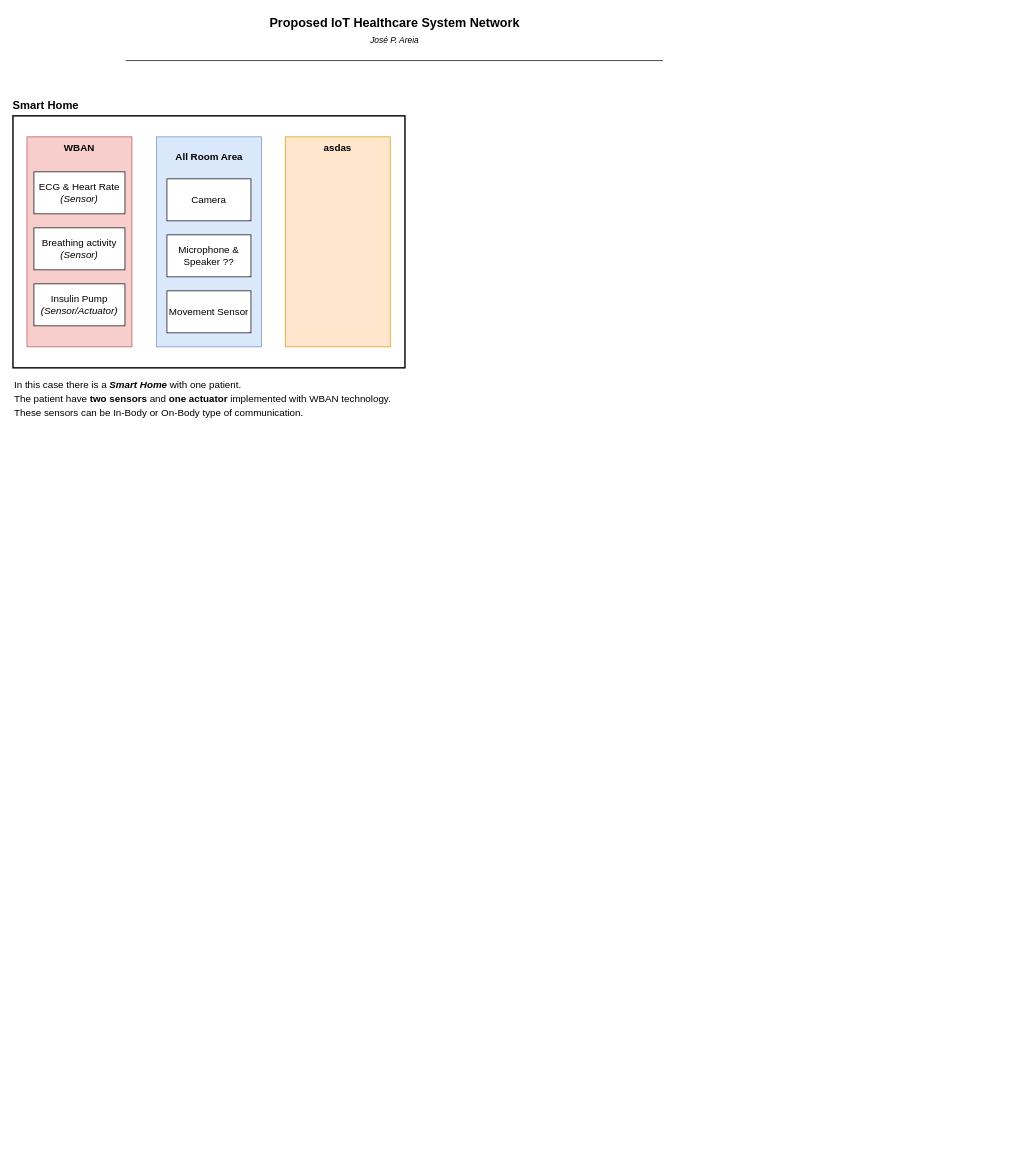
Before: diagrams/iaiotsecurity-s2x.drawio in joseareia/iaiotsecurity-s2x, a draw.io diagram. Source tidied: cells renumbered, new cells numbered last; positions are measured from the earlier drawing's top-left corner, leaving out a move shared by most shapes. Both pictures are drawn from the tidied source at 70%, with x=0, y=0 at pixel (13, 12).
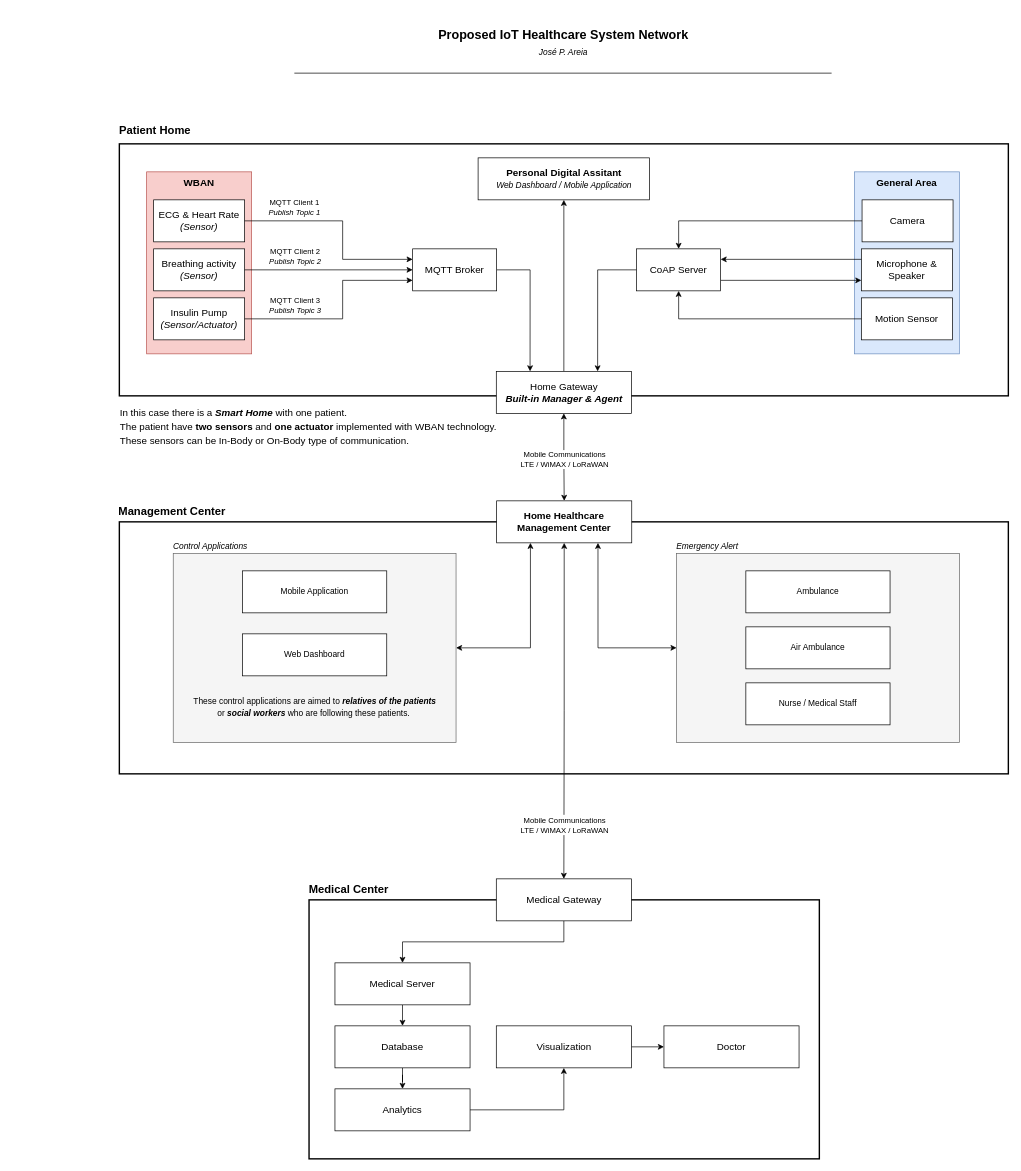
The same diagram, later.

Change to the diagram source:
```diff
@@
-    <mxCell id="2" style="rounded=0;whiteSpace=wrap;html=1;fontSize=14;fillColor=none;strokeWidth=2;" parent="1" vertex="1">
-      <mxGeometry y="148" width="560" height="360" as="geometry" />
-    </mxCell>
     <mxCell id="3" value="&lt;div style=&quot;font-size: 14px;&quot;&gt;&lt;br&gt;&lt;/div&gt;" style="text;html=1;align=left;verticalAlign=middle;strokeColor=none;fillColor=none;fontSize=14;" parent="1" vertex="1">
-      <mxGeometry y="498" width="20" height="30" as="geometry" />
+      <mxGeometry x="30" y="523" width="20" height="30" as="geometry" />
     </mxCell>
-    <mxCell id="4" value="&lt;b&gt;&lt;font style=&quot;font-size: 16px;&quot;&gt;Smart Home&lt;/font&gt;&lt;/b&gt;" style="text;html=1;align=left;verticalAlign=middle;strokeColor=none;fillColor=none;fontSize=14;spacing=0;" parent="1" vertex="1">
-      <mxGeometry y="118" width="110" height="30" as="geometry" />
-    </mxCell>
     <mxCell id="5" value="&lt;p style=&quot;line-height: 0.4;&quot;&gt;In this case there is a &lt;i&gt;&lt;b&gt;Smart Home&lt;/b&gt;&lt;/i&gt; with one patient.&lt;br&gt;&lt;/p&gt;&lt;p style=&quot;line-height: 0.4;&quot;&gt;The patient have &lt;b&gt;two sensors&lt;/b&gt; and &lt;b&gt;one actuator&lt;/b&gt; implemented with WBAN technology.&lt;/p&gt;&lt;div style=&quot;font-size: 14px; line-height: 0.4;&quot;&gt;These sensors can be In-Body or On-Body type of communication.&lt;br&gt;&lt;/div&gt;&lt;p&gt;&lt;/p&gt;" style="text;html=1;align=left;verticalAlign=middle;strokeColor=none;fillColor=none;fontSize=14;" parent="1" vertex="1">
-      <mxGeometry y="508" width="560" height="90" as="geometry" />
+      <mxGeometry x="151" y="548" width="560" height="90" as="geometry" />
     </mxCell>
-    <mxCell id="6" style="group;spacingTop=2;" parent="1" vertex="1">
-      <mxGeometry x="20" y="178" width="150" height="300" as="geometry" />
-    </mxCell>
-    <mxCell id="7" value="WBAN" style="rounded=0;whiteSpace=wrap;html=1;fontSize=14;fillColor=#f8cecc;strokeColor=#b85450;verticalAlign=top;fontStyle=1;" parent="6" vertex="1">
-      <mxGeometry width="150" height="300" as="geometry" />
-    </mxCell>
-    <mxCell id="8" style="group;" parent="6" vertex="1">
-      <mxGeometry x="10" y="50" width="130" height="220" as="geometry" />
-    </mxCell>
-    <mxCell id="9" value="&lt;div&gt;ECG &amp;amp; Heart Rate&lt;/div&gt;&lt;i&gt;(Sensor)&lt;/i&gt;" style="rounded=0;whiteSpace=wrap;html=1;fontSize=14;align=center;" parent="8" vertex="1">
-      <mxGeometry width="130" height="60" as="geometry" />
-    </mxCell>
-    <mxCell id="10" value="&lt;div&gt;Breathing activity&lt;/div&gt;&lt;div&gt;&lt;i&gt;(Sensor)&lt;/i&gt;&lt;br&gt;&lt;/div&gt;" style="rounded=0;whiteSpace=wrap;html=1;fontSize=14;align=center;" parent="8" vertex="1">
-      <mxGeometry y="80" width="130" height="60" as="geometry" />
-    </mxCell>
-    <mxCell id="11" value="&lt;div&gt;Insulin Pump&lt;/div&gt;&lt;div&gt;&lt;i&gt;(Sensor/Actuator)&lt;/i&gt;&lt;br&gt;&lt;/div&gt;" style="rounded=0;whiteSpace=wrap;html=1;fontSize=14;align=center;" parent="8" vertex="1">
-      <mxGeometry y="160" width="130" height="60" as="geometry" />
-    </mxCell>
-    <mxCell id="12" value="asdas" style="rounded=0;whiteSpace=wrap;fontSize=14;fillColor=#ffe6cc;strokeColor=#d79b00;html=1;spacingTop=0;horizontal=1;verticalAlign=top;fontStyle=1;" parent="1" vertex="1">
-      <mxGeometry x="389" y="178" width="150" height="300" as="geometry" />
-    </mxCell>
-    <mxCell id="13" style="group;" parent="1" vertex="1">
-      <mxGeometry x="161" width="767.5" height="69" as="geometry" />
+    <mxCell id="13" style="group;flipH=1;flipV=0;" parent="1" vertex="1">
+      <mxGeometry x="402" y="18" width="770" height="70" as="geometry" />
     </mxCell>
     <mxCell id="14" style="group;" parent="13" vertex="1">
-      <mxGeometry x="199" width="370" height="50" as="geometry" />
+      <mxGeometry x="198.8" width="370" height="50" as="geometry" />
     </mxCell>
@@
     <mxCell id="17" style="endArrow=none;html=1;rounded=0;fontSize=12;" parent="13" edge="1">
       <mxGeometry relative="1" as="geometry">
-        <mxPoint x="767.5" y="69" as="sourcePoint" />
-        <mxPoint y="69" as="targetPoint" />
+        <mxPoint y="69" as="sourcePoint" />
+        <mxPoint x="767.5" y="69" as="targetPoint" />
       </mxGeometry>
     </mxCell>
-    <mxCell id="18" style="group;" parent="1" vertex="1">
-      <mxGeometry x="205" y="178" width="150" height="300" as="geometry" />
-    </mxCell>
-    <mxCell id="19" style="rounded=0;whiteSpace=wrap;html=1;fontSize=14;fillColor=#dae8fc;strokeColor=#6c8ebf;" parent="18" vertex="1">
-      <mxGeometry width="150" height="300" as="geometry" />
-    </mxCell>
-    <mxCell id="20" value="All Room Area" style="text;html=1;align=center;verticalAlign=middle;strokeColor=none;fillColor=none;fontSize=14;fontStyle=1;" parent="18" vertex="1">
-      <mxGeometry x="15" y="14" width="120" height="30" as="geometry" />
-    </mxCell>
+    <mxCell id="2" style="rounded=0;whiteSpace=wrap;html=1;fontSize=14;fillColor=none;strokeWidth=2;" parent="1" vertex="1">
+      <mxGeometry x="152" y="188" width="1270" height="360" as="geometry" />
+    </mxCell>
+    <mxCell id="4" value="&lt;b&gt;&lt;font style=&quot;font-size: 16px&quot;&gt;Patient Home&lt;/font&gt;&lt;/b&gt;" style="text;html=1;align=left;verticalAlign=middle;strokeColor=none;fillColor=none;fontSize=14;spacing=0;" parent="1" vertex="1">
+      <mxGeometry x="152" y="158" width="120" height="20" as="geometry" />
+    </mxCell>
+    <mxCell id="24" style="group;" parent="1" vertex="1">
+      <mxGeometry x="1202" y="228" width="150" height="260" as="geometry" />
+    </mxCell>
+    <mxCell id="25" value="General Area" style="rounded=0;whiteSpace=wrap;html=1;fontSize=14;fillColor=#dae8fc;strokeColor=#6c8ebf;verticalAlign=top;fontStyle=1;" parent="24" vertex="1">
+      <mxGeometry width="150" height="260" as="geometry" />
+    </mxCell>
-    <mxCell id="21" value="Camera" style="rounded=0;whiteSpace=wrap;html=1;fontSize=14;strokeWidth=1;" parent="18" vertex="1">
-      <mxGeometry x="15" y="60" width="120" height="60" as="geometry" />
+    <mxCell id="21" value="&lt;div&gt;Camera&lt;/div&gt;" style="rounded=0;whiteSpace=wrap;html=1;fontSize=14;align=center;" parent="24" vertex="1">
+      <mxGeometry x="11" y="40" width="130" height="60" as="geometry" />
     </mxCell>
-    <mxCell id="22" value="Microphone &amp;amp; Speaker ??" style="rounded=0;whiteSpace=wrap;html=1;fontSize=14;strokeWidth=1;" parent="18" vertex="1">
-      <mxGeometry x="15" y="140" width="120" height="60" as="geometry" />
-    </mxCell>
-    <mxCell id="23" value="Movement Sensor" style="rounded=0;whiteSpace=wrap;html=1;fontSize=14;strokeWidth=1;" parent="18" vertex="1">
-      <mxGeometry x="15" y="220" width="120" height="60" as="geometry" />
-    </mxCell>
+    <mxCell id="26" value="&lt;div&gt;Microphone &amp;amp; Speaker&lt;/div&gt;" style="rounded=0;whiteSpace=wrap;html=1;fontSize=14;align=center;" parent="24" vertex="1">
+      <mxGeometry x="10" y="110" width="130" height="60" as="geometry" />
+    </mxCell>
+    <mxCell id="27" value="Motion Sensor" style="rounded=0;whiteSpace=wrap;html=1;fontSize=14;align=center;" parent="24" vertex="1">
+      <mxGeometry x="10" y="180" width="130" height="60" as="geometry" />
+    </mxCell>
+    <mxCell id="28" style="group;" parent="1" vertex="1">
+      <mxGeometry x="191" y="228" width="150" height="260" as="geometry" />
+    </mxCell>
+    <mxCell id="7" value="WBAN" style="rounded=0;whiteSpace=wrap;html=1;fontSize=14;fillColor=#f8cecc;strokeColor=#b85450;verticalAlign=top;fontStyle=1;" parent="28" vertex="1">
+      <mxGeometry width="150" height="260" as="geometry" />
+    </mxCell>
+    <mxCell id="9" value="&lt;div&gt;ECG &amp;amp; Heart Rate&lt;/div&gt;&lt;i&gt;(Sensor)&lt;/i&gt;" style="rounded=0;whiteSpace=wrap;html=1;fontSize=14;align=center;" parent="28" vertex="1">
+      <mxGeometry x="10" y="40" width="130" height="60" as="geometry" />
+    </mxCell>
+    <mxCell id="10" value="&lt;div&gt;Breathing activity&lt;/div&gt;&lt;div&gt;&lt;i&gt;(Sensor)&lt;/i&gt;&lt;br&gt;&lt;/div&gt;" style="rounded=0;whiteSpace=wrap;html=1;fontSize=14;align=center;" parent="28" vertex="1">
+      <mxGeometry x="10" y="110" width="130" height="60" as="geometry" />
+    </mxCell>
+    <mxCell id="11" value="&lt;div&gt;Insulin Pump&lt;/div&gt;&lt;div&gt;&lt;i&gt;(Sensor/Actuator)&lt;/i&gt;&lt;br&gt;&lt;/div&gt;" style="rounded=0;whiteSpace=wrap;html=1;fontSize=14;align=center;" parent="28" vertex="1">
+      <mxGeometry x="10" y="180" width="130" height="60" as="geometry" />
+    </mxCell>
+    <mxCell id="29" style="edgeStyle=orthogonalEdgeStyle;rounded=0;jettySize=auto;html=1;exitX=1;exitY=0.5;exitDx=0;exitDy=0;entryX=0.25;entryY=0;entryDx=0;entryDy=0;fontSize=12;startArrow=none;startFill=0;" parent="1" edge="1" source="30" target="40">
+      <mxGeometry relative="1" as="geometry" />
+    </mxCell>
+    <mxCell id="30" value="MQTT Broker" style="whiteSpace=wrap;html=1;fontSize=14;" parent="1" vertex="1">
+      <mxGeometry x="571" y="338" width="120" height="60" as="geometry" />
+    </mxCell>
+    <mxCell id="31" style="edgeStyle=orthogonalEdgeStyle;rounded=0;jettySize=auto;html=1;exitX=1;exitY=0.5;exitDx=0;exitDy=0;entryX=0;entryY=0.25;entryDx=0;entryDy=0;fontSize=14;" parent="1" edge="1" source="9" target="30">
+      <mxGeometry relative="1" as="geometry">
+        <Array as="points">
+          <mxPoint x="471" y="298" />
+          <mxPoint x="471" y="353" />
+        </Array>
+      </mxGeometry>
+    </mxCell>
+    <mxCell id="32" value="MQTT Client 1&lt;br&gt;&lt;i&gt;Publish Topic 1&lt;/i&gt;" style="edgeLabel;html=1;align=center;verticalAlign=middle;" parent="31" vertex="1">
+      <mxGeometry x="-0.45" y="-3" relative="1" as="geometry">
+        <mxPoint x="-11" y="-23" as="offset" />
+      </mxGeometry>
+    </mxCell>
+    <mxCell id="33" style="edgeStyle=orthogonalEdgeStyle;rounded=0;jettySize=auto;html=1;exitX=1;exitY=0.5;exitDx=0;exitDy=0;entryX=0;entryY=0.5;entryDx=0;entryDy=0;fontSize=14;" parent="1" edge="1" source="10" target="30">
+      <mxGeometry relative="1" as="geometry" />
+    </mxCell>
+    <mxCell id="34" value="MQTT Client 2&lt;br&gt;&lt;i&gt;Publish Topic 2&lt;/i&gt;" style="edgeLabel;html=1;align=center;verticalAlign=middle;" parent="33" vertex="1">
+      <mxGeometry x="-0.59" y="-1" relative="1" as="geometry">
+        <mxPoint x="22" y="-21" as="offset" />
+      </mxGeometry>
+    </mxCell>
+    <mxCell id="35" style="edgeStyle=orthogonalEdgeStyle;rounded=0;jettySize=auto;html=1;exitX=1;exitY=0.5;exitDx=0;exitDy=0;entryX=0;entryY=0.75;entryDx=0;entryDy=0;fontSize=14;" parent="1" edge="1" source="11" target="30">
+      <mxGeometry relative="1" as="geometry">
+        <Array as="points">
+          <mxPoint x="471" y="438" />
+          <mxPoint x="471" y="383" />
+        </Array>
+      </mxGeometry>
+    </mxCell>
+    <mxCell id="36" value="MQTT Client 3&lt;br&gt;&lt;i&gt;Publish Topic 3&lt;/i&gt;" style="edgeLabel;html=1;align=center;verticalAlign=middle;" parent="35" vertex="1">
+      <mxGeometry x="-0.65" y="-1" relative="1" as="geometry">
+        <mxPoint x="19" y="-21" as="offset" />
+      </mxGeometry>
+    </mxCell>
+    <mxCell id="37" style="edgeStyle=orthogonalEdgeStyle;rounded=0;jettySize=auto;html=1;exitX=0.5;exitY=1;exitDx=0;exitDy=0;entryX=0.5;entryY=0;entryDx=0;entryDy=0;startArrow=classic;startFill=1;" parent="1" edge="1" source="40" target="55">
+      <mxGeometry relative="1" as="geometry" />
+    </mxCell>
+    <mxCell id="38" value="Mobile Communications&lt;br&gt;LTE / WiMAX / LoRaWAN" style="edgeLabel;html=1;align=center;verticalAlign=middle;" parent="37" vertex="1">
+      <mxGeometry x="-0.15" y="1" relative="1" as="geometry">
+        <mxPoint x="-1" y="12" as="offset" />
+      </mxGeometry>
+    </mxCell>
+    <mxCell id="39" style="edgeStyle=orthogonalEdgeStyle;rounded=0;jettySize=auto;html=1;exitX=0.5;exitY=0;exitDx=0;exitDy=0;entryX=0.5;entryY=1;entryDx=0;entryDy=0;fontSize=12;startArrow=none;startFill=0;" parent="1" edge="1" source="40" target="49">
+      <mxGeometry relative="1" as="geometry" />
+    </mxCell>
+    <mxCell id="40" value="Home Gateway&lt;br&gt;&lt;i&gt;&lt;b&gt;Built-in Manager &amp;amp; Agent&lt;/b&gt;&lt;/i&gt;" style="whiteSpace=wrap;html=1;fontSize=14;" parent="1" vertex="1">
+      <mxGeometry x="690.5" y="513" width="193" height="60" as="geometry" />
+    </mxCell>
+    <mxCell id="41" style="rounded=0;whiteSpace=wrap;html=1;fontSize=14;fillColor=none;strokeWidth=2;" parent="1" vertex="1">
+      <mxGeometry x="152" y="728" width="1270" height="360" as="geometry" />
+    </mxCell>
+    <mxCell id="42" value="&lt;b&gt;&lt;font style=&quot;font-size: 16px&quot;&gt;Management Center&lt;/font&gt;&lt;/b&gt;" style="text;html=1;align=left;verticalAlign=middle;strokeColor=none;fillColor=none;fontSize=14;spacing=0;" parent="1" vertex="1">
+      <mxGeometry x="151" y="703" width="170" height="20" as="geometry" />
+    </mxCell>
+    <mxCell id="43" style="edgeStyle=orthogonalEdgeStyle;rounded=0;jettySize=auto;html=1;exitX=1;exitY=0.75;exitDx=0;exitDy=0;entryX=0;entryY=0.75;entryDx=0;entryDy=0;" parent="1" edge="1" source="45" target="26">
+      <mxGeometry relative="1" as="geometry" />
+    </mxCell>
+    <mxCell id="44" style="edgeStyle=orthogonalEdgeStyle;rounded=0;jettySize=auto;html=1;exitX=0;exitY=0.5;exitDx=0;exitDy=0;entryX=0.75;entryY=0;entryDx=0;entryDy=0;fontSize=12;startArrow=none;startFill=0;" parent="1" edge="1" source="45" target="40">
+      <mxGeometry relative="1" as="geometry" />
+    </mxCell>
+    <mxCell id="45" value="CoAP Server" style="whiteSpace=wrap;html=1;fontSize=14;" parent="1" vertex="1">
+      <mxGeometry x="891" y="338" width="120" height="60" as="geometry" />
+    </mxCell>
+    <mxCell id="46" style="edgeStyle=orthogonalEdgeStyle;rounded=0;jettySize=auto;html=1;exitX=0;exitY=0.25;exitDx=0;exitDy=0;entryX=1;entryY=0.25;entryDx=0;entryDy=0;" parent="1" edge="1" source="26" target="45">
+      <mxGeometry relative="1" as="geometry" />
+    </mxCell>
+    <mxCell id="47" style="edgeStyle=orthogonalEdgeStyle;rounded=0;jettySize=auto;html=1;exitX=0;exitY=0.5;exitDx=0;exitDy=0;entryX=0.5;entryY=1;entryDx=0;entryDy=0;" parent="1" edge="1" source="27" target="45">
+      <mxGeometry relative="1" as="geometry" />
+    </mxCell>
+    <mxCell id="48" style="edgeStyle=orthogonalEdgeStyle;rounded=0;jettySize=auto;html=1;exitX=0;exitY=0.5;exitDx=0;exitDy=0;entryX=0.5;entryY=0;entryDx=0;entryDy=0;" parent="1" edge="1" source="21" target="45">
+      <mxGeometry relative="1" as="geometry" />
+    </mxCell>
+    <mxCell id="49" value="&lt;b&gt;Personal Digital Assitant&lt;br style=&quot;font-size: 14px&quot;&gt;&lt;/b&gt;&lt;font style=&quot;font-size: 12px&quot;&gt;&lt;i&gt;Web Dashboard / Mobile Application&lt;/i&gt;&lt;/font&gt;" style="whiteSpace=wrap;html=1;fontSize=14;" parent="1" vertex="1">
+      <mxGeometry x="664.5" y="208" width="245" height="60" as="geometry" />
+    </mxCell>
+    <mxCell id="50" style="edgeStyle=orthogonalEdgeStyle;rounded=0;jettySize=auto;html=1;exitX=0.25;exitY=1;exitDx=0;exitDy=0;entryX=1;entryY=0.5;entryDx=0;entryDy=0;fontSize=12;startArrow=classic;startFill=1;" parent="1" edge="1" source="55" target="56">
+      <mxGeometry relative="1" as="geometry" />
+    </mxCell>
+    <mxCell id="51" style="edgeStyle=orthogonalEdgeStyle;rounded=0;jettySize=auto;html=1;exitX=0.75;exitY=1;exitDx=0;exitDy=0;entryX=0;entryY=0.5;entryDx=0;entryDy=0;fontSize=12;startArrow=classic;startFill=1;" parent="1" edge="1" source="55" target="57">
+      <mxGeometry relative="1" as="geometry" />
+    </mxCell>
+    <mxCell id="52" style="edgeStyle=orthogonalEdgeStyle;rounded=0;jettySize=auto;html=1;exitX=0.5;exitY=1;exitDx=0;exitDy=0;entryX=0.5;entryY=0;entryDx=0;entryDy=0;fontSize=12;startArrow=classic;startFill=1;" parent="1" edge="1" source="55" target="69">
+      <mxGeometry relative="1" as="geometry" />
+    </mxCell>
+    <mxCell id="53" style="edgeLabel;html=1;align=center;verticalAlign=middle;fontSize=12;" parent="52" vertex="1">
+      <mxGeometry x="0.63" y="1" relative="1" as="geometry">
+        <mxPoint y="1" as="offset" />
+      </mxGeometry>
+    </mxCell>
+    <mxCell id="54" value="&lt;span style=&quot;font-size: 11px&quot;&gt;Mobile Communications&lt;/span&gt;&lt;br style=&quot;font-size: 11px&quot;&gt;&lt;span style=&quot;font-size: 11px&quot;&gt;LTE / WiMAX / LoRaWAN&lt;/span&gt;" style="edgeLabel;html=1;align=center;verticalAlign=middle;fontSize=12;" parent="52" vertex="1">
+      <mxGeometry x="0.7" relative="1" as="geometry">
+        <mxPoint y="-5" as="offset" />
+      </mxGeometry>
+    </mxCell>
+    <mxCell id="55" value="Home Healthcare Management Center" style="whiteSpace=wrap;html=1;fontSize=14;fontStyle=1;" parent="1" vertex="1">
+      <mxGeometry x="691" y="698" width="193" height="60" as="geometry" />
+    </mxCell>
+    <mxCell id="56" style="rounded=0;whiteSpace=wrap;html=1;fontSize=12;fillColor=#f5f5f5;strokeWidth=1;fontColor=#333333;strokeColor=#666666;" parent="1" vertex="1">
+      <mxGeometry x="229" y="773" width="404" height="270" as="geometry" />
+    </mxCell>
+    <mxCell id="57" style="rounded=0;whiteSpace=wrap;html=1;fontSize=12;fillColor=#f5f5f5;strokeWidth=1;fontColor=#333333;strokeColor=#666666;" parent="1" vertex="1">
+      <mxGeometry x="948" y="773" width="404" height="270" as="geometry" />
+    </mxCell>
+    <mxCell id="58" value="&lt;span style=&quot;font-size: 12px;&quot;&gt;&lt;font style=&quot;font-size: 12px;&quot;&gt;Emergency Alert&lt;/font&gt;&lt;/span&gt;" style="text;html=1;align=left;verticalAlign=middle;strokeColor=none;fillColor=none;fontSize=12;spacing=0;fontStyle=2;" parent="1" vertex="1">
+      <mxGeometry x="948" y="753" width="100" height="20" as="geometry" />
+    </mxCell>
+    <mxCell id="59" value="&lt;span style=&quot;font-size: 12px&quot;&gt;&lt;font style=&quot;font-size: 12px&quot;&gt;Control Applications&lt;/font&gt;&lt;/span&gt;" style="text;html=1;align=left;verticalAlign=middle;strokeColor=none;fillColor=none;fontSize=12;spacing=0;fontStyle=2;" parent="1" vertex="1">
+      <mxGeometry x="229" y="753" width="120" height="20" as="geometry" />
+    </mxCell>
+    <mxCell id="60" value="Mobile Application" style="whiteSpace=wrap;html=1;fontSize=12;strokeWidth=1;" parent="1" vertex="1">
+      <mxGeometry x="328" y="798" width="206" height="60" as="geometry" />
+    </mxCell>
+    <mxCell id="61" value="Web Dashboard" style="whiteSpace=wrap;html=1;fontSize=12;strokeWidth=1;" parent="1" vertex="1">
+      <mxGeometry x="328" y="888" width="206" height="60" as="geometry" />
+    </mxCell>
+    <mxCell id="62" value="&lt;p style=&quot;line-height: 0.4 ; font-size: 12px&quot;&gt;These control applications are aimed to &lt;b&gt;&lt;i&gt;relatives of the patients&lt;/i&gt;&lt;/b&gt;&lt;/p&gt;&lt;p style=&quot;line-height: 0.4 ; font-size: 12px&quot;&gt;or &lt;i&gt;&lt;b&gt;social workers&lt;/b&gt;&lt;/i&gt; who are following these patients.&amp;nbsp;&lt;/p&gt;&lt;p style=&quot;font-size: 12px&quot;&gt;&lt;/p&gt;" style="text;html=1;align=center;verticalAlign=middle;strokeColor=none;fillColor=none;fontSize=12;" parent="1" vertex="1">
+      <mxGeometry x="251" y="968" width="360" height="50" as="geometry" />
+    </mxCell>
+    <mxCell id="63" value="Ambulance" style="whiteSpace=wrap;html=1;fontSize=12;strokeWidth=1;" parent="1" vertex="1">
+      <mxGeometry x="1047" y="798" width="206" height="60" as="geometry" />
+    </mxCell>
+    <mxCell id="64" value="Air Ambulance" style="whiteSpace=wrap;html=1;fontSize=12;strokeWidth=1;" parent="1" vertex="1">
+      <mxGeometry x="1047" y="878" width="206" height="60" as="geometry" />
+    </mxCell>
+    <mxCell id="65" value="Nurse / Medical Staff" style="whiteSpace=wrap;html=1;fontSize=12;strokeWidth=1;" parent="1" vertex="1">
+      <mxGeometry x="1047" y="958" width="206" height="60" as="geometry" />
+    </mxCell>
+    <mxCell id="66" style="rounded=0;whiteSpace=wrap;html=1;fontSize=14;fillColor=none;strokeWidth=2;" parent="1" vertex="1">
+      <mxGeometry x="423" y="1268" width="729" height="370" as="geometry" />
+    </mxCell>
+    <mxCell id="67" value="&lt;b&gt;&lt;font style=&quot;font-size: 16px&quot;&gt;Medical Center&lt;/font&gt;&lt;/b&gt;" style="text;html=1;align=left;verticalAlign=middle;strokeColor=none;fillColor=none;fontSize=14;spacing=0;" parent="1" vertex="1">
+      <mxGeometry x="423" y="1242" width="130" height="20" as="geometry" />
+    </mxCell>
+    <mxCell id="68" style="edgeStyle=orthogonalEdgeStyle;rounded=0;jettySize=auto;html=1;exitX=0.5;exitY=1;exitDx=0;exitDy=0;entryX=0.5;entryY=0;entryDx=0;entryDy=0;fontSize=12;startArrow=none;startFill=0;" parent="1" edge="1" source="69" target="71">
+      <mxGeometry relative="1" as="geometry" />
+    </mxCell>
+    <mxCell id="69" value="Medical Gateway" style="whiteSpace=wrap;html=1;fontSize=14;fontStyle=0;" parent="1" vertex="1">
+      <mxGeometry x="690.5" y="1238" width="193" height="60" as="geometry" />
+    </mxCell>
+    <mxCell id="70" style="edgeStyle=orthogonalEdgeStyle;rounded=0;jettySize=auto;html=1;exitX=0.5;exitY=1;exitDx=0;exitDy=0;entryX=0.5;entryY=0;entryDx=0;entryDy=0;fontSize=12;startArrow=none;startFill=0;" parent="1" edge="1" source="71" target="73">
+      <mxGeometry relative="1" as="geometry" />
+    </mxCell>
+    <mxCell id="71" value="Medical Server" style="whiteSpace=wrap;html=1;fontSize=14;fontStyle=0;" parent="1" vertex="1">
+      <mxGeometry x="460" y="1358" width="193" height="60" as="geometry" />
+    </mxCell>
+    <mxCell id="72" style="edgeStyle=orthogonalEdgeStyle;rounded=0;jettySize=auto;html=1;fontSize=12;startArrow=none;startFill=0;" parent="1" edge="1" source="73" target="75">
+      <mxGeometry relative="1" as="geometry" />
+    </mxCell>
+    <mxCell id="73" value="Database" style="whiteSpace=wrap;html=1;fontSize=14;fontStyle=0;" parent="1" vertex="1">
+      <mxGeometry x="460" y="1448" width="193" height="60" as="geometry" />
+    </mxCell>
+    <mxCell id="74" style="edgeStyle=orthogonalEdgeStyle;rounded=0;jettySize=auto;html=1;fontSize=12;startArrow=none;startFill=0;" parent="1" edge="1" source="75" target="77">
+      <mxGeometry relative="1" as="geometry" />
+    </mxCell>
+    <mxCell id="75" value="Analytics" style="whiteSpace=wrap;html=1;fontSize=14;fontStyle=0;" parent="1" vertex="1">
+      <mxGeometry x="460" y="1538" width="193" height="60" as="geometry" />
+    </mxCell>
+    <mxCell id="76" style="edgeStyle=orthogonalEdgeStyle;rounded=0;jettySize=auto;html=1;fontSize=12;startArrow=none;startFill=0;" parent="1" edge="1" source="77" target="78">
+      <mxGeometry relative="1" as="geometry" />
+    </mxCell>
+    <mxCell id="77" value="Visualization" style="whiteSpace=wrap;html=1;fontSize=14;fontStyle=0;" parent="1" vertex="1">
+      <mxGeometry x="690.5" y="1448" width="193" height="60" as="geometry" />
+    </mxCell>
+    <mxCell id="78" value="Doctor" style="whiteSpace=wrap;html=1;fontSize=14;fontStyle=0;" parent="1" vertex="1">
+      <mxGeometry x="930" y="1448" width="193" height="60" as="geometry" />
+    </mxCell>
```
